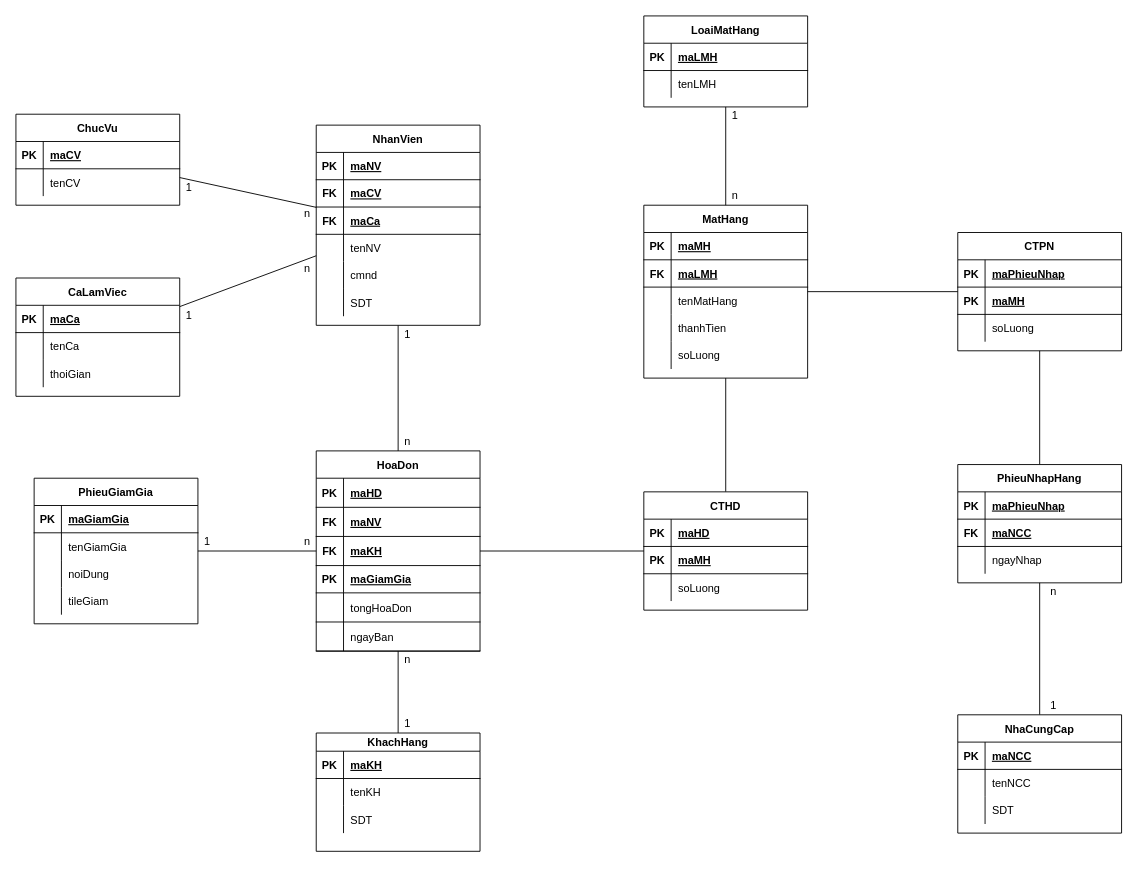
Earlier version of the draw.io diagram DIG_Table.drawio (EdgarIgnite16/OOAD-Project). Source tidied: cells renumbered, new cells numbered last; positions are measured from the earlier drawing's top-left corner, leaving out a move shared by most shapes. Both pictures are drawn from the tidied source at 91%, with x=0, y=0 at pixel (15, 15).
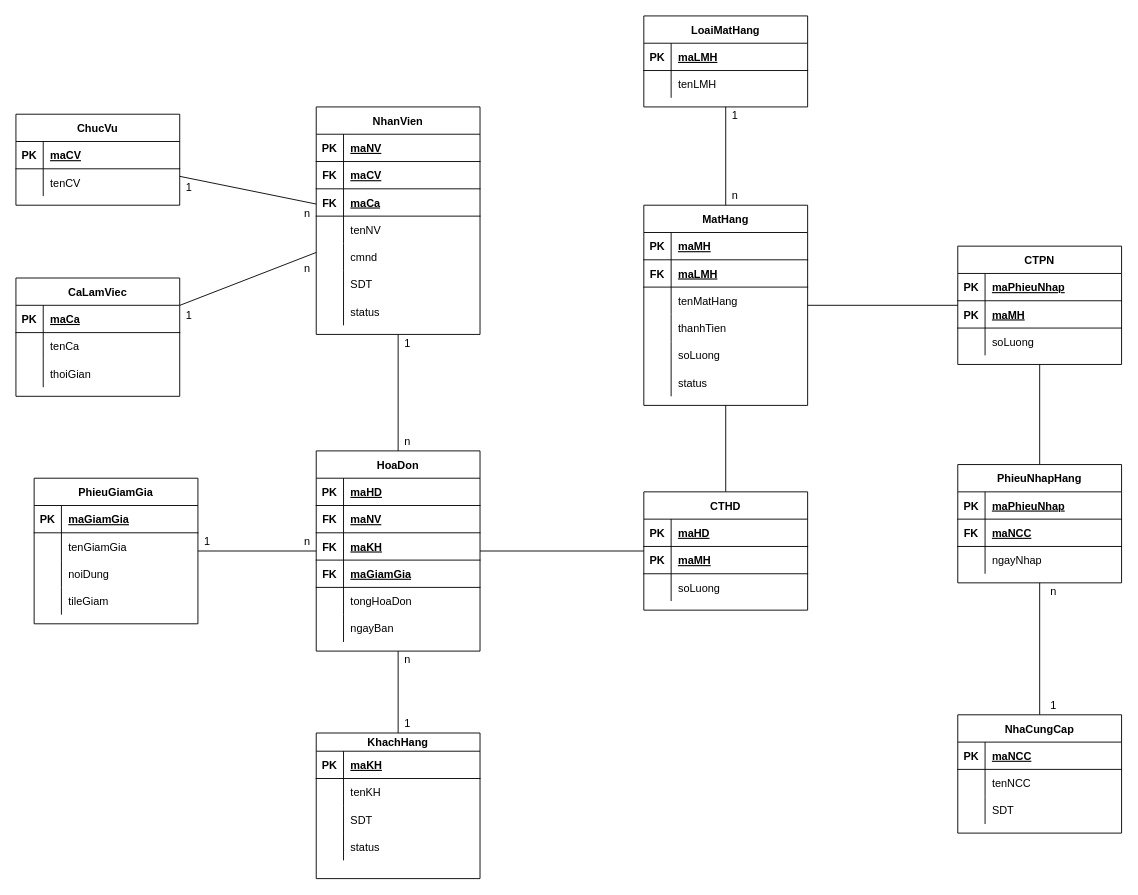
Above is the later version.

The edit, as a diff of the source:
```diff
@@
     <mxCell id="36" value="NhanVien" style="shape=table;startSize=30;childLayout=tableLayout;rowLines=0;fontStyle=1;align=center;strokeColor=default;" parent="1" vertex="1">
-      <mxGeometry x="330" y="120" width="180" height="220" as="geometry" />
+      <mxGeometry x="330" y="100" width="180" height="250" as="geometry" />
     </mxCell>
@@
-    <mxCell id="55" value="HoaDon" style="shape=table;startSize=30;childLayout=tableLayout;rowLines=0;fontStyle=1;align=center;strokeColor=default;" parent="1" vertex="1">
-      <mxGeometry x="330" y="478" width="180" height="220" as="geometry" />
-    </mxCell>
-    <mxCell id="56" style="shape=tableRow;horizontal=0;startSize=0;swimlaneHead=0;swimlaneBody=0;fillColor=none;top=0;left=0;right=0;bottom=1;strokeColor=default;" parent="55" vertex="1">
-      <mxGeometry y="30" width="180" height="32" as="geometry" />
-    </mxCell>
-    <mxCell id="57" value="PK" style="shape=partialRectangle;fillColor=none;top=0;left=0;bottom=0;right=0;fontStyle=1;overflow=hidden;strokeColor=default;" parent="56" vertex="1">
-      <mxGeometry width="30" height="32" as="geometry" />
-    </mxCell>
-    <mxCell id="58" value="maHD" style="shape=partialRectangle;fillColor=none;top=0;left=0;bottom=0;right=0;align=left;spacingLeft=6;fontStyle=5;overflow=hidden;strokeColor=default;" parent="56" vertex="1">
-      <mxGeometry x="30" width="150" height="32" as="geometry" />
-    </mxCell>
-    <mxCell id="59" style="shape=tableRow;horizontal=0;startSize=0;swimlaneHead=0;swimlaneBody=0;fillColor=none;top=0;left=0;right=0;bottom=1;strokeColor=default;" parent="55" vertex="1">
-      <mxGeometry y="62" width="180" height="32" as="geometry" />
-    </mxCell>
-    <mxCell id="60" value="FK" style="shape=partialRectangle;fillColor=none;top=0;left=0;bottom=0;right=0;fontStyle=1;overflow=hidden;strokeColor=default;" parent="59" vertex="1">
-      <mxGeometry width="30" height="32" as="geometry" />
-    </mxCell>
-    <mxCell id="61" value="maNV" style="shape=partialRectangle;fillColor=none;top=0;left=0;bottom=0;right=0;align=left;spacingLeft=6;fontStyle=5;overflow=hidden;strokeColor=default;" parent="59" vertex="1">
-      <mxGeometry x="30" width="150" height="32" as="geometry" />
-    </mxCell>
-    <mxCell id="62" style="shape=tableRow;horizontal=0;startSize=0;swimlaneHead=0;swimlaneBody=0;fillColor=none;top=0;left=0;right=0;bottom=1;strokeColor=default;" parent="55" vertex="1">
-      <mxGeometry y="94" width="180" height="32" as="geometry" />
-    </mxCell>
-    <mxCell id="63" value="FK" style="shape=partialRectangle;fillColor=none;top=0;left=0;bottom=0;right=0;fontStyle=1;overflow=hidden;strokeColor=default;" parent="62" vertex="1">
-      <mxGeometry width="30" height="32" as="geometry" />
-    </mxCell>
-    <mxCell id="64" value="maKH" style="shape=partialRectangle;fillColor=none;top=0;left=0;bottom=0;right=0;align=left;spacingLeft=6;fontStyle=5;overflow=hidden;strokeColor=default;" parent="62" vertex="1">
-      <mxGeometry x="30" width="150" height="32" as="geometry" />
-    </mxCell>
-    <mxCell id="65" style="shape=tableRow;horizontal=0;startSize=0;swimlaneHead=0;swimlaneBody=0;fillColor=none;top=0;left=0;right=0;bottom=1;strokeColor=default;" parent="55" vertex="1">
-      <mxGeometry y="126" width="180" height="30" as="geometry" />
-    </mxCell>
-    <mxCell id="66" value="PK" style="shape=partialRectangle;fillColor=none;top=0;left=0;bottom=0;right=0;fontStyle=1;overflow=hidden;strokeColor=default;" parent="65" vertex="1">
-      <mxGeometry width="30" height="30" as="geometry" />
-    </mxCell>
-    <mxCell id="67" value="maGiamGia" style="shape=partialRectangle;fillColor=none;top=0;left=0;bottom=0;right=0;align=left;spacingLeft=6;fontStyle=5;overflow=hidden;strokeColor=default;" parent="65" vertex="1">
-      <mxGeometry x="30" width="150" height="30" as="geometry" />
-    </mxCell>
-    <mxCell id="68" style="shape=tableRow;horizontal=0;startSize=0;swimlaneHead=0;swimlaneBody=0;fillColor=none;top=0;left=0;right=0;bottom=1;strokeColor=default;" parent="55" vertex="1">
-      <mxGeometry y="156" width="180" height="32" as="geometry" />
-    </mxCell>
-    <mxCell id="69" style="shape=partialRectangle;fillColor=none;top=0;left=0;bottom=0;right=0;fontStyle=1;overflow=hidden;strokeColor=default;" parent="68" vertex="1">
-      <mxGeometry width="30" height="32" as="geometry" />
-    </mxCell>
-    <mxCell id="70" value="tongHoaDon" style="shape=partialRectangle;fillColor=none;top=0;left=0;bottom=0;right=0;align=left;spacingLeft=6;fontStyle=0;overflow=hidden;strokeColor=default;" parent="68" vertex="1">
-      <mxGeometry x="30" width="150" height="32" as="geometry" />
-    </mxCell>
-    <mxCell id="71" style="shape=tableRow;horizontal=0;startSize=0;swimlaneHead=0;swimlaneBody=0;fillColor=none;top=0;left=0;right=0;bottom=1;strokeColor=default;" parent="55" vertex="1">
-      <mxGeometry y="188" width="180" height="32" as="geometry" />
-    </mxCell>
-    <mxCell id="72" style="shape=partialRectangle;fillColor=none;top=0;left=0;bottom=0;right=0;fontStyle=1;overflow=hidden;strokeColor=default;" parent="71" vertex="1">
-      <mxGeometry width="30" height="32" as="geometry" />
-    </mxCell>
-    <mxCell id="73" value="ngayBan" style="shape=partialRectangle;fillColor=none;top=0;left=0;bottom=0;right=0;align=left;spacingLeft=6;fontStyle=0;overflow=hidden;strokeColor=default;" parent="71" vertex="1">
-      <mxGeometry x="30" width="150" height="32" as="geometry" />
-    </mxCell>
+    <mxCell id="172" style="shape=tableRow;horizontal=0;startSize=0;swimlaneHead=0;swimlaneBody=0;fillColor=none;top=0;left=0;right=0;bottom=0;strokeColor=default;" parent="36" vertex="1">
+      <mxGeometry y="210" width="180" height="30" as="geometry" />
+    </mxCell>
+    <mxCell id="173" style="shape=partialRectangle;fillColor=none;top=0;left=0;bottom=0;right=0;overflow=hidden;strokeColor=default;" parent="172" vertex="1">
+      <mxGeometry width="30" height="30" as="geometry" />
+    </mxCell>
+    <mxCell id="174" value="status" style="shape=partialRectangle;fillColor=none;top=0;left=0;bottom=0;right=0;align=left;spacingLeft=6;overflow=hidden;strokeColor=default;" parent="172" vertex="1">
+      <mxGeometry x="30" width="150" height="30" as="geometry" />
+    </mxCell>
     <mxCell id="74" value="KhachHang" style="shape=table;startSize=20;childLayout=tableLayout;rowLines=0;fontStyle=1;align=center;strokeColor=default;" parent="1" vertex="1">
-      <mxGeometry x="330" y="788" width="180" height="130" as="geometry" />
+      <mxGeometry x="330" y="788" width="180" height="160" as="geometry" />
     </mxCell>
@@
+    <mxCell id="175" style="shape=tableRow;horizontal=0;startSize=0;swimlaneHead=0;swimlaneBody=0;fillColor=none;top=0;left=0;right=0;bottom=0;strokeColor=default;" parent="74" vertex="1">
+      <mxGeometry y="110" width="180" height="30" as="geometry" />
+    </mxCell>
+    <mxCell id="176" style="shape=partialRectangle;fillColor=none;top=0;left=0;bottom=0;right=0;overflow=hidden;strokeColor=default;" parent="175" vertex="1">
+      <mxGeometry width="30" height="30" as="geometry" />
+    </mxCell>
+    <mxCell id="177" value="status" style="shape=partialRectangle;fillColor=none;top=0;left=0;bottom=0;right=0;align=left;spacingLeft=6;overflow=hidden;strokeColor=default;" parent="175" vertex="1">
+      <mxGeometry x="30" width="150" height="30" as="geometry" />
+    </mxCell>
@@
     <mxCell id="95" value="MatHang" style="shape=table;startSize=30;childLayout=tableLayout;rowLines=0;fontStyle=1;align=center;strokeColor=default;" parent="1" vertex="1">
-      <mxGeometry x="690" y="208" width="180" height="190" as="geometry" />
+      <mxGeometry x="690" y="208" width="180" height="220" as="geometry" />
     </mxCell>
@@
+    <mxCell id="178" style="shape=tableRow;horizontal=0;startSize=0;swimlaneHead=0;swimlaneBody=0;fillColor=none;top=0;left=0;right=0;bottom=0;strokeColor=default;" parent="95" vertex="1">
+      <mxGeometry y="180" width="180" height="30" as="geometry" />
+    </mxCell>
+    <mxCell id="179" style="shape=partialRectangle;fillColor=none;top=0;left=0;bottom=0;right=0;overflow=hidden;strokeColor=default;" parent="178" vertex="1">
+      <mxGeometry width="30" height="30" as="geometry" />
+    </mxCell>
+    <mxCell id="180" value="status" style="shape=partialRectangle;fillColor=none;top=0;left=0;bottom=0;right=0;align=left;spacingLeft=6;overflow=hidden;strokeColor=default;" parent="178" vertex="1">
+      <mxGeometry x="30" width="150" height="30" as="geometry" />
+    </mxCell>
@@
     <mxCell id="123" value="CTPN" style="shape=table;startSize=30;childLayout=tableLayout;rowLines=0;fontStyle=1;align=center;strokeColor=default;" parent="1" vertex="1">
-      <mxGeometry x="1035" y="238" width="180" height="130" as="geometry" />
+      <mxGeometry x="1035" y="253" width="180" height="130" as="geometry" />
     </mxCell>
@@
     <mxCell id="147" value="1" style="text;html=1;align=center;verticalAlign=middle;strokeColor=none;fillColor=none;" parent="1" vertex="1">
-      <mxGeometry x="420" y="340" width="20" height="20" as="geometry" />
+      <mxGeometry x="420" y="350" width="20" height="20" as="geometry" />
     </mxCell>
@@
+    <mxCell id="55" value="HoaDon" style="shape=table;startSize=30;childLayout=tableLayout;rowLines=0;fontStyle=1;align=center;strokeColor=default;" parent="1" vertex="1">
+      <mxGeometry x="330" y="478" width="180" height="220" as="geometry" />
+    </mxCell>
+    <mxCell id="181" style="shape=tableRow;horizontal=0;startSize=0;swimlaneHead=0;swimlaneBody=0;fillColor=none;top=0;left=0;right=0;bottom=1;strokeColor=default;" parent="55" vertex="1">
+      <mxGeometry y="30" width="180" height="30" as="geometry" />
+    </mxCell>
+    <mxCell id="66" value="PK" style="shape=partialRectangle;fillColor=none;top=0;left=0;bottom=0;right=0;fontStyle=1;overflow=hidden;strokeColor=default;" parent="181" vertex="1">
+      <mxGeometry width="30" height="30" as="geometry" />
+    </mxCell>
+    <mxCell id="58" value="maHD" style="shape=partialRectangle;fillColor=none;top=0;left=0;bottom=0;right=0;align=left;spacingLeft=6;fontStyle=5;overflow=hidden;strokeColor=default;" parent="181" vertex="1">
+      <mxGeometry x="30" width="150" height="30" as="geometry" />
+    </mxCell>
+    <mxCell id="182" style="shape=tableRow;horizontal=0;startSize=0;swimlaneHead=0;swimlaneBody=0;fillColor=none;top=0;left=0;right=0;bottom=1;strokeColor=default;" parent="55" vertex="1">
+      <mxGeometry y="60" width="180" height="30" as="geometry" />
+    </mxCell>
+    <mxCell id="183" value="FK" style="shape=partialRectangle;fillColor=none;top=0;left=0;bottom=0;right=0;fontStyle=1;overflow=hidden;strokeColor=default;" parent="182" vertex="1">
+      <mxGeometry width="30" height="30" as="geometry" />
+    </mxCell>
+    <mxCell id="61" value="maNV" style="shape=partialRectangle;fillColor=none;top=0;left=0;bottom=0;right=0;align=left;spacingLeft=6;fontStyle=5;overflow=hidden;strokeColor=default;" parent="182" vertex="1">
+      <mxGeometry x="30" width="150" height="30" as="geometry" />
+    </mxCell>
+    <mxCell id="184" style="shape=tableRow;horizontal=0;startSize=0;swimlaneHead=0;swimlaneBody=0;fillColor=none;top=0;left=0;right=0;bottom=1;strokeColor=default;" parent="55" vertex="1">
+      <mxGeometry y="90" width="180" height="30" as="geometry" />
+    </mxCell>
+    <mxCell id="185" value="FK" style="shape=partialRectangle;fillColor=none;top=0;left=0;bottom=0;right=0;fontStyle=1;overflow=hidden;strokeColor=default;" parent="184" vertex="1">
+      <mxGeometry width="30" height="30" as="geometry" />
+    </mxCell>
+    <mxCell id="64" value="maKH" style="shape=partialRectangle;fillColor=none;top=0;left=0;bottom=0;right=0;align=left;spacingLeft=6;fontStyle=5;overflow=hidden;strokeColor=default;" parent="184" vertex="1">
+      <mxGeometry x="30" width="150" height="30" as="geometry" />
+    </mxCell>
+    <mxCell id="186" style="shape=tableRow;horizontal=0;startSize=0;swimlaneHead=0;swimlaneBody=0;fillColor=none;top=0;left=0;right=0;bottom=1;strokeColor=default;" parent="55" vertex="1">
+      <mxGeometry y="120" width="180" height="30" as="geometry" />
+    </mxCell>
+    <mxCell id="187" value="FK" style="shape=partialRectangle;fillColor=none;top=0;left=0;bottom=0;right=0;fontStyle=1;overflow=hidden;strokeColor=default;" parent="186" vertex="1">
+      <mxGeometry width="30" height="30" as="geometry" />
+    </mxCell>
+    <mxCell id="67" value="maGiamGia" style="shape=partialRectangle;fillColor=none;top=0;left=0;bottom=0;right=0;align=left;spacingLeft=6;fontStyle=5;overflow=hidden;strokeColor=default;" parent="186" vertex="1">
+      <mxGeometry x="30" width="150" height="30" as="geometry" />
+    </mxCell>
+    <mxCell id="188" style="shape=tableRow;horizontal=0;startSize=0;swimlaneHead=0;swimlaneBody=0;fillColor=none;top=0;left=0;right=0;bottom=0;strokeColor=default;" parent="55" vertex="1">
+      <mxGeometry y="150" width="180" height="30" as="geometry" />
+    </mxCell>
+    <mxCell id="189" style="shape=partialRectangle;fillColor=none;top=0;left=0;bottom=0;right=0;overflow=hidden;strokeColor=default;" parent="188" vertex="1">
+      <mxGeometry width="30" height="30" as="geometry" />
+    </mxCell>
+    <mxCell id="70" value="tongHoaDon" style="shape=partialRectangle;fillColor=none;top=0;left=0;bottom=0;right=0;align=left;spacingLeft=6;overflow=hidden;strokeColor=default;" parent="188" vertex="1">
+      <mxGeometry x="30" width="150" height="30" as="geometry" />
+    </mxCell>
+    <mxCell id="190" style="shape=tableRow;horizontal=0;startSize=0;swimlaneHead=0;swimlaneBody=0;fillColor=none;top=0;left=0;right=0;bottom=0;strokeColor=default;" parent="55" vertex="1">
+      <mxGeometry y="180" width="180" height="30" as="geometry" />
+    </mxCell>
+    <mxCell id="191" style="shape=partialRectangle;fillColor=none;top=0;left=0;bottom=0;right=0;overflow=hidden;strokeColor=default;" parent="190" vertex="1">
+      <mxGeometry width="30" height="30" as="geometry" />
+    </mxCell>
+    <mxCell id="73" value="ngayBan" style="shape=partialRectangle;fillColor=none;top=0;left=0;bottom=0;right=0;align=left;spacingLeft=6;overflow=hidden;strokeColor=default;" parent="190" vertex="1">
+      <mxGeometry x="30" width="150" height="30" as="geometry" />
+    </mxCell>
```
